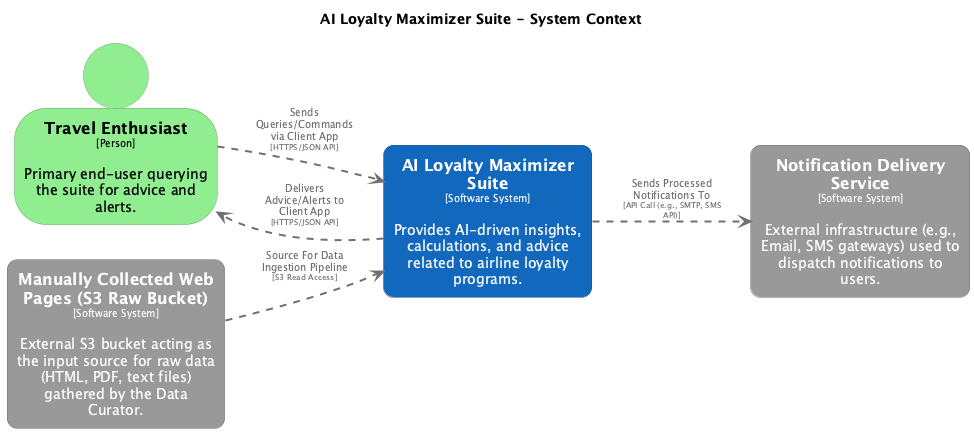
bfisher313/AILoyaltyMaximizer-Architecture keeps this PlantUML diagram as diagrams_output/c4_model_renders/structurizr-SystemContext.png. Above is the earlier version. Source of this version:
```plantuml
@startuml
set separator none
title AI Loyalty Maximizer Suite - System Context

left to right direction

skinparam {
  arrowFontSize 10
  defaultTextAlignment center
  wrapWidth 200
  maxMessageSize 100
}

hide stereotype

skinparam rectangle<<AILoyaltyMaximizerSuite>> {
  BackgroundColor #1168bd
  FontColor #ffffff
  BorderColor #0b4884
  roundCorner 20
  shadowing false
}
skinparam rectangle<<ManuallyCollectedWebPagesS3RawBucket>> {
  BackgroundColor #999999
  FontColor #ffffff
  BorderColor #6b6b6b
  roundCorner 20
  shadowing false
}
skinparam rectangle<<NotificationDeliveryService>> {
  BackgroundColor #999999
  FontColor #ffffff
  BorderColor #6b6b6b
  roundCorner 20
  shadowing false
}
skinparam person<<TravelEnthusiast>> {
  BackgroundColor #90ee90
  FontColor #000000
  BorderColor #64a664
  shadowing false
}

person "==Travel Enthusiast\n<size:10>[Person]</size>\n\nPrimary end-user querying the suite for advice and alerts." <<TravelEnthusiast>> as TravelEnthusiast
rectangle "==Manually Collected Web Pages (S3 Raw Bucket)\n<size:10>[Software System]</size>\n\nExternal S3 bucket acting as the input source for raw data (HTML, PDF, text files) gathered by the Data Curator." <<ManuallyCollectedWebPagesS3RawBucket>> as ManuallyCollectedWebPagesS3RawBucket
rectangle "==Notification Delivery Service\n<size:10>[Software System]</size>\n\nExternal infrastructure (e.g., Email, SMS gateways) used to dispatch notifications to users." <<NotificationDeliveryService>> as NotificationDeliveryService
rectangle "==AI Loyalty Maximizer Suite\n<size:10>[Software System]</size>\n\nProvides AI-driven insights, calculations, and advice related to airline loyalty programs." <<AILoyaltyMaximizerSuite>> as AILoyaltyMaximizerSuite

TravelEnthusiast .[#707070,thickness=2].> AILoyaltyMaximizerSuite : "<color:#707070>Sends Queries/Commands via Client App\n<color:#707070><size:8>[HTTPS/JSON API]</size>"
AILoyaltyMaximizerSuite .[#707070,thickness=2].> TravelEnthusiast : "<color:#707070>Delivers Advice/Alerts to Client App\n<color:#707070><size:8>[HTTPS/JSON API]</size>"
ManuallyCollectedWebPagesS3RawBucket .[#707070,thickness=2].> AILoyaltyMaximizerSuite : "<color:#707070>Source For Data Ingestion Pipeline\n<color:#707070><size:8>[S3 Read Access]</size>"
AILoyaltyMaximizerSuite .[#707070,thickness=2].> NotificationDeliveryService : "<color:#707070>Sends Processed Notifications To\n<color:#707070><size:8>[API Call (e.g., SMTP, SMS API)]</size>"
@enduml
```
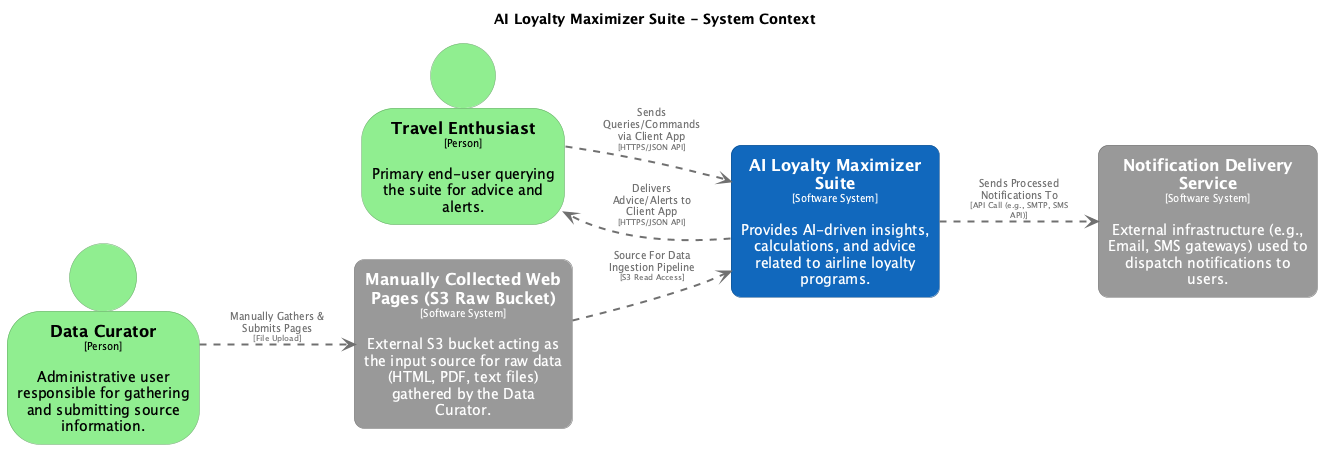
After the commit.

Commit message:
Updated diagrams to ensure that all proper personas are rendered.

The edit, as a diff of the source:
```diff
@@ -18,6 +18,12 @@
   FontColor #ffffff
   BorderColor #0b4884
   roundCorner 20
+  shadowing false
+}
+skinparam person<<DataCurator>> {
+  BackgroundColor #90ee90
+  FontColor #000000
+  BorderColor #64a664
   shadowing false
 }
 skinparam rectangle<<ManuallyCollectedWebPagesS3RawBucket>> {
@@ -42,12 +48,14 @@
 }
 
 person "==Travel Enthusiast\n<size:10>[Person]</size>\n\nPrimary end-user querying the suite for advice and alerts." <<TravelEnthusiast>> as TravelEnthusiast
+person "==Data Curator\n<size:10>[Person]</size>\n\nAdministrative user responsible for gathering and submitting source information." <<DataCurator>> as DataCurator
 rectangle "==Manually Collected Web Pages (S3 Raw Bucket)\n<size:10>[Software System]</size>\n\nExternal S3 bucket acting as the input source for raw data (HTML, PDF, text files) gathered by the Data Curator." <<ManuallyCollectedWebPagesS3RawBucket>> as ManuallyCollectedWebPagesS3RawBucket
 rectangle "==Notification Delivery Service\n<size:10>[Software System]</size>\n\nExternal infrastructure (e.g., Email, SMS gateways) used to dispatch notifications to users." <<NotificationDeliveryService>> as NotificationDeliveryService
 rectangle "==AI Loyalty Maximizer Suite\n<size:10>[Software System]</size>\n\nProvides AI-driven insights, calculations, and advice related to airline loyalty programs." <<AILoyaltyMaximizerSuite>> as AILoyaltyMaximizerSuite
 
 TravelEnthusiast .[#707070,thickness=2].> AILoyaltyMaximizerSuite : "<color:#707070>Sends Queries/Commands via Client App\n<color:#707070><size:8>[HTTPS/JSON API]</size>"
 AILoyaltyMaximizerSuite .[#707070,thickness=2].> TravelEnthusiast : "<color:#707070>Delivers Advice/Alerts to Client App\n<color:#707070><size:8>[HTTPS/JSON API]</size>"
+DataCurator .[#707070,thickness=2].> ManuallyCollectedWebPagesS3RawBucket : "<color:#707070>Manually Gathers & Submits Pages\n<color:#707070><size:8>[File Upload]</size>"
 ManuallyCollectedWebPagesS3RawBucket .[#707070,thickness=2].> AILoyaltyMaximizerSuite : "<color:#707070>Source For Data Ingestion Pipeline\n<color:#707070><size:8>[S3 Read Access]</size>"
 AILoyaltyMaximizerSuite .[#707070,thickness=2].> NotificationDeliveryService : "<color:#707070>Sends Processed Notifications To\n<color:#707070><size:8>[API Call (e.g., SMTP, SMS API)]</size>"
 @enduml
```
